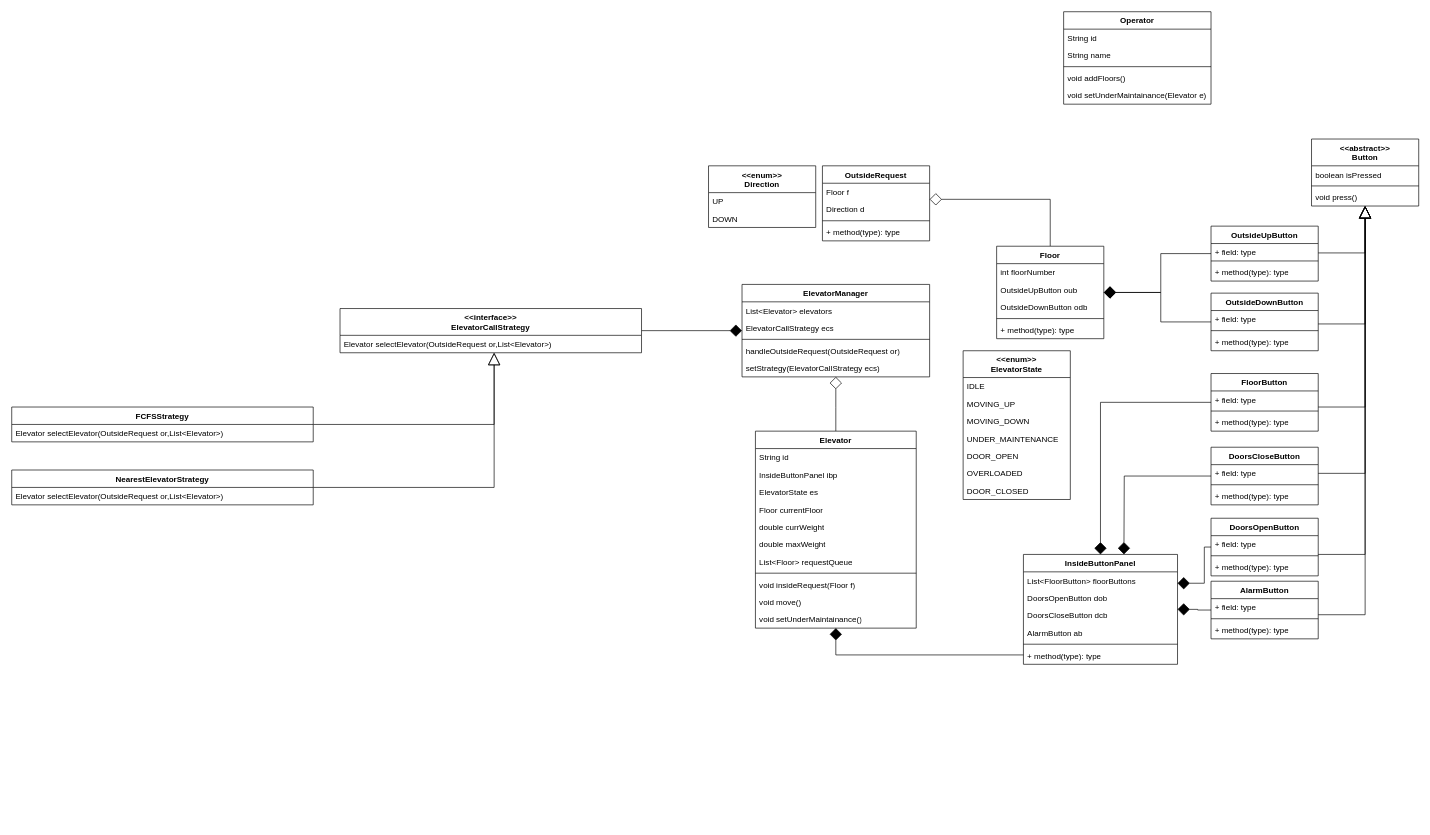
The draw.io diagram Elevator.drawio in akshat-code21/elevator_lld, before the edit. Source tidied: cells renumbered, new cells numbered last; positions are measured from the earlier drawing's top-left corner, leaving out a move shared by most shapes. Both pictures are drawn from the tidied source at 67%, with x=0, y=0 at pixel (11, 11).
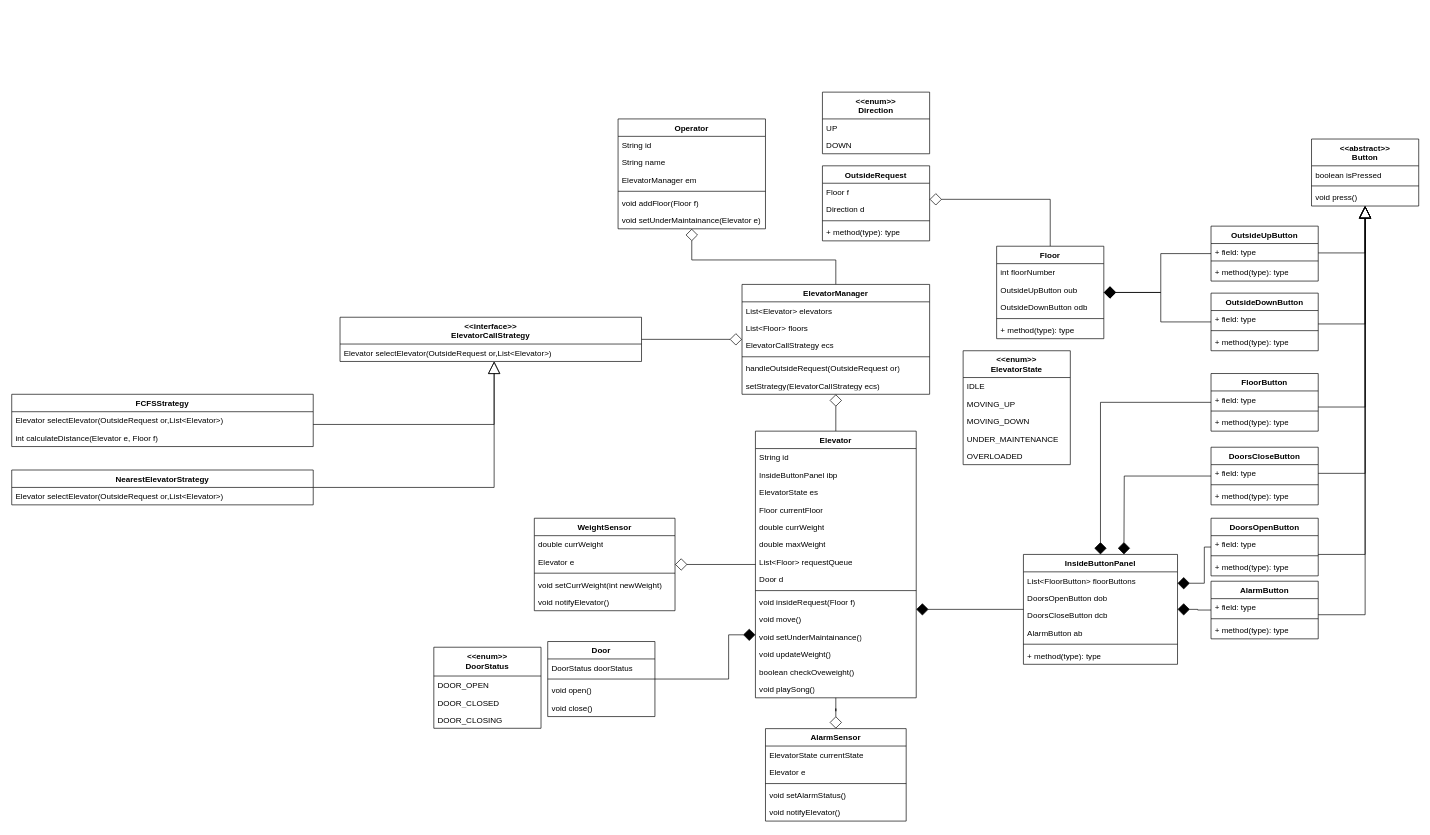
The same diagram, later.

What changed in the source:
```diff
@@
-    <mxCell id="2" style="edgeStyle=orthogonalEdgeStyle;rounded=0;jettySize=auto;html=1;strokeColor=default;align=center;verticalAlign=middle;fontFamily=Helvetica;fontSize=11;fontColor=default;labelBackgroundColor=default;startSize=16;endArrow=diamond;endFill=0;endSize=16;" parent="1" edge="1" source="3">
-      <mxGeometry relative="1" as="geometry">
-        <mxPoint x="1230" y="545" as="targetPoint" />
-      </mxGeometry>
+    <mxCell id="2" style="edgeStyle=orthogonalEdgeStyle;rounded=0;jettySize=auto;html=1;strokeColor=default;align=center;verticalAlign=middle;fontFamily=Helvetica;fontSize=11;fontColor=default;labelBackgroundColor=default;startSize=16;endArrow=diamond;endFill=0;endSize=16;" parent="1" edge="1" source="3" target="78">
+      <mxGeometry relative="1" as="geometry" />
     </mxCell>
+    <mxCell id="107" style="edgeStyle=orthogonalEdgeStyle;rounded=0;jettySize=auto;html=1;strokeColor=default;align=center;verticalAlign=middle;fontFamily=Helvetica;fontSize=11;fontColor=default;labelBackgroundColor=default;startSize=16;endArrow=diamond;endFill=0;endSize=16;" parent="1" edge="1" source="3" target="117">
+      <mxGeometry relative="1" as="geometry" />
+    </mxCell>
+    <mxCell id="108" style="edgeStyle=orthogonalEdgeStyle;rounded=0;jettySize=auto;html=1;strokeColor=default;align=center;verticalAlign=middle;fontFamily=Helvetica;fontSize=11;fontColor=default;labelBackgroundColor=default;startSize=16;endArrow=diamond;endFill=0;endSize=16;" parent="1" edge="1" source="3" target="123">
+      <mxGeometry relative="1" as="geometry" />
+    </mxCell>
     <mxCell id="3" value="Elevator" style="swimlane;fontStyle=1;align=center;verticalAlign=top;horizontal=1;startSize=26;whiteSpace=wrap;html=1;" parent="1" vertex="1">
-      <mxGeometry x="1110" y="626" width="240" height="294" as="geometry" />
+      <mxGeometry x="1110" y="626" width="240" height="398" as="geometry" />
     </mxCell>
@@
+    <mxCell id="109" value="Door d" style="text;strokeColor=none;fillColor=none;align=left;verticalAlign=top;spacingLeft=4;spacingRight=4;overflow=hidden;whiteSpace=wrap;html=1;" parent="3" vertex="1">
+      <mxGeometry y="208" width="240" height="26" as="geometry" />
+    </mxCell>
     <mxCell id="11" style="line;strokeWidth=1;fillColor=none;align=left;verticalAlign=middle;spacingTop=-1;spacingLeft=3;spacingRight=3;labelPosition=right;strokeColor=inherit;" parent="3" vertex="1">
-      <mxGeometry y="208" width="240" height="8" as="geometry" />
+      <mxGeometry y="234" width="240" height="8" as="geometry" />
     </mxCell>
     <mxCell id="12" value="void insideRequest(Floor f)" style="text;strokeColor=none;fillColor=none;align=left;verticalAlign=top;spacingLeft=4;spacingRight=4;overflow=hidden;whiteSpace=wrap;html=1;" parent="3" vertex="1">
-      <mxGeometry y="216" width="240" height="26" as="geometry" />
+      <mxGeometry y="242" width="240" height="26" as="geometry" />
     </mxCell>
     <mxCell id="13" value="void move()" style="text;strokeColor=none;fillColor=none;align=left;verticalAlign=top;spacingLeft=4;spacingRight=4;overflow=hidden;whiteSpace=wrap;html=1;" parent="3" vertex="1">
-      <mxGeometry y="242" width="240" height="26" as="geometry" />
+      <mxGeometry y="268" width="240" height="26" as="geometry" />
     </mxCell>
     <mxCell id="14" value="void setUnderMaintainance()" style="text;strokeColor=none;fillColor=none;align=left;verticalAlign=top;spacingLeft=4;spacingRight=4;overflow=hidden;whiteSpace=wrap;html=1;" parent="3" vertex="1">
-      <mxGeometry y="268" width="240" height="26" as="geometry" />
+      <mxGeometry y="294" width="240" height="26" as="geometry" />
     </mxCell>
+    <mxCell id="110" value="void updateWeight()" style="text;strokeColor=none;fillColor=none;align=left;verticalAlign=top;spacingLeft=4;spacingRight=4;overflow=hidden;whiteSpace=wrap;html=1;" parent="3" vertex="1">
+      <mxGeometry y="320" width="240" height="26" as="geometry" />
+    </mxCell>
+    <mxCell id="111" value="boolean checkOveweight()" style="text;strokeColor=none;fillColor=none;align=left;verticalAlign=top;spacingLeft=4;spacingRight=4;overflow=hidden;whiteSpace=wrap;html=1;" parent="3" vertex="1">
+      <mxGeometry y="346" width="240" height="26" as="geometry" />
+    </mxCell>
+    <mxCell id="112" value="void playSong()" style="text;strokeColor=none;fillColor=none;align=left;verticalAlign=top;spacingLeft=4;spacingRight=4;overflow=hidden;whiteSpace=wrap;html=1;" parent="3" vertex="1">
+      <mxGeometry y="372" width="240" height="26" as="geometry" />
+    </mxCell>
@@
     <mxCell id="64" value="&amp;lt;&amp;lt;enum&amp;gt;&amp;gt;&lt;br&gt;ElevatorState" style="swimlane;fontStyle=1;align=center;verticalAlign=top;horizontal=1;startSize=40;whiteSpace=wrap;html=1;" parent="1" vertex="1">
-      <mxGeometry x="1420" y="506" width="160" height="222" as="geometry" />
+      <mxGeometry x="1420" y="506" width="160" height="170" as="geometry" />
     </mxCell>
@@
-    <mxCell id="69" value="DOOR_OPEN" style="text;strokeColor=none;fillColor=none;align=left;verticalAlign=top;spacingLeft=4;spacingRight=4;overflow=hidden;whiteSpace=wrap;html=1;" parent="64" vertex="1">
-      <mxGeometry y="144" width="160" height="26" as="geometry" />
-    </mxCell>
     <mxCell id="70" value="OVERLOADED" style="text;strokeColor=none;fillColor=none;align=left;verticalAlign=top;spacingLeft=4;spacingRight=4;overflow=hidden;whiteSpace=wrap;html=1;" parent="64" vertex="1">
-      <mxGeometry y="170" width="160" height="26" as="geometry" />
+      <mxGeometry y="144" width="160" height="26" as="geometry" />
     </mxCell>
-    <mxCell id="71" value="DOOR_CLOSED" style="text;strokeColor=none;fillColor=none;align=left;verticalAlign=top;spacingLeft=4;spacingRight=4;overflow=hidden;whiteSpace=wrap;html=1;" parent="64" vertex="1">
-      <mxGeometry y="196" width="160" height="26" as="geometry" />
-    </mxCell>
@@
+    <mxCell id="113" style="edgeStyle=orthogonalEdgeStyle;rounded=0;jettySize=auto;html=1;endArrow=diamond;endFill=0;strokeColor=default;align=center;verticalAlign=middle;fontFamily=Helvetica;fontSize=11;fontColor=default;labelBackgroundColor=default;startSize=16;endSize=16;" parent="1" edge="1" source="78" target="101">
+      <mxGeometry relative="1" as="geometry" />
+    </mxCell>
     <mxCell id="78" value="ElevatorManager" style="swimlane;fontStyle=1;align=center;verticalAlign=top;horizontal=1;startSize=26;whiteSpace=wrap;html=1;" parent="1" vertex="1">
-      <mxGeometry x="1090" y="407" width="280" height="138" as="geometry" />
+      <mxGeometry x="1090" y="407" width="280" height="164" as="geometry" />
     </mxCell>
@@
+    <mxCell id="114" value="List&amp;lt;Floor&amp;gt; floors" style="text;strokeColor=none;fillColor=none;align=left;verticalAlign=top;spacingLeft=4;spacingRight=4;overflow=hidden;whiteSpace=wrap;html=1;" parent="78" vertex="1">
+      <mxGeometry y="52" width="280" height="26" as="geometry" />
+    </mxCell>
     <mxCell id="80" value="ElevatorCallStrategy ecs" style="text;strokeColor=none;fillColor=none;align=left;verticalAlign=top;spacingLeft=4;spacingRight=4;overflow=hidden;whiteSpace=wrap;html=1;" parent="78" vertex="1">
-      <mxGeometry y="52" width="280" height="26" as="geometry" />
+      <mxGeometry y="78" width="280" height="26" as="geometry" />
     </mxCell>
     <mxCell id="81" style="line;strokeWidth=1;fillColor=none;align=left;verticalAlign=middle;spacingTop=-1;spacingLeft=3;spacingRight=3;labelPosition=right;strokeColor=inherit;" parent="78" vertex="1">
-      <mxGeometry y="78" width="280" height="8" as="geometry" />
+      <mxGeometry y="104" width="280" height="8" as="geometry" />
     </mxCell>
     <mxCell id="82" value="handleOutsideRequest(OutsideRequest or)" style="text;strokeColor=none;fillColor=none;align=left;verticalAlign=top;spacingLeft=4;spacingRight=4;overflow=hidden;whiteSpace=wrap;html=1;" parent="78" vertex="1">
-      <mxGeometry y="86" width="280" height="26" as="geometry" />
+      <mxGeometry y="112" width="280" height="26" as="geometry" />
     </mxCell>
     <mxCell id="83" value="setStrategy(ElevatorCallStrategy ecs)" style="text;strokeColor=none;fillColor=none;align=left;verticalAlign=top;spacingLeft=4;spacingRight=4;overflow=hidden;whiteSpace=wrap;html=1;" parent="78" vertex="1">
-      <mxGeometry y="112" width="280" height="26" as="geometry" />
+      <mxGeometry y="138" width="280" height="26" as="geometry" />
     </mxCell>
@@
     <mxCell id="89" value="&amp;lt;&amp;lt;enum&amp;gt;&amp;gt;&lt;div&gt;Direction&lt;/div&gt;" style="swimlane;fontStyle=1;align=center;verticalAlign=top;horizontal=1;startSize=40;whiteSpace=wrap;html=1;" parent="1" vertex="1">
-      <mxGeometry x="1040" y="230" width="160" height="92" as="geometry" />
+      <mxGeometry x="1210" y="120" width="160" height="92" as="geometry" />
     </mxCell>
@@
-    <mxCell id="92" style="edgeStyle=orthogonalEdgeStyle;rounded=0;jettySize=auto;html=1;strokeColor=default;align=center;verticalAlign=middle;fontFamily=Helvetica;fontSize=11;fontColor=default;labelBackgroundColor=default;startSize=16;endArrow=diamond;endFill=1;endSize=16;" parent="1" edge="1" source="93" target="78">
+    <mxCell id="92" style="edgeStyle=orthogonalEdgeStyle;rounded=0;jettySize=auto;html=1;strokeColor=default;align=center;verticalAlign=middle;fontFamily=Helvetica;fontSize=11;fontColor=default;labelBackgroundColor=default;startSize=16;endArrow=diamond;endFill=0;endSize=16;" parent="1" edge="1" source="93" target="78">
       <mxGeometry relative="1" as="geometry" />
     </mxCell>
     <mxCell id="93" value="&lt;div&gt;&amp;lt;&amp;lt;interface&amp;gt;&amp;gt;&lt;/div&gt;ElevatorCallStrategy" style="swimlane;fontStyle=1;align=center;verticalAlign=top;horizontal=1;startSize=40;whiteSpace=wrap;html=1;" parent="1" vertex="1">
-      <mxGeometry x="490" y="443" width="450" height="66" as="geometry" />
+      <mxGeometry x="490" y="456" width="450" height="66" as="geometry" />
     </mxCell>
@@
     <mxCell id="96" value="FCFSStrategy" style="swimlane;fontStyle=1;align=center;verticalAlign=top;horizontal=1;startSize=26;whiteSpace=wrap;html=1;" parent="1" vertex="1">
-      <mxGeometry y="590" width="450" height="52" as="geometry" />
+      <mxGeometry y="571" width="450" height="78" as="geometry" />
     </mxCell>
@@
+    <mxCell id="115" value="int calculateDistance(Elevator e, Floor f)" style="text;strokeColor=none;fillColor=none;align=left;verticalAlign=top;spacingLeft=4;spacingRight=4;overflow=hidden;whiteSpace=wrap;html=1;" parent="96" vertex="1">
+      <mxGeometry y="52" width="450" height="26" as="geometry" />
+    </mxCell>
@@
     <mxCell id="101" value="Operator" style="swimlane;fontStyle=1;align=center;verticalAlign=top;horizontal=1;startSize=26;whiteSpace=wrap;html=1;" parent="1" vertex="1">
-      <mxGeometry x="1570" width="220" height="138" as="geometry" />
+      <mxGeometry x="905" y="160" width="220" height="164" as="geometry" />
     </mxCell>
@@
+    <mxCell id="116" value="ElevatorManager em" style="text;strokeColor=none;fillColor=none;align=left;verticalAlign=top;spacingLeft=4;spacingRight=4;overflow=hidden;whiteSpace=wrap;html=1;" parent="101" vertex="1">
+      <mxGeometry y="78" width="220" height="26" as="geometry" />
+    </mxCell>
     <mxCell id="104" style="line;strokeWidth=1;fillColor=none;align=left;verticalAlign=middle;spacingTop=-1;spacingLeft=3;spacingRight=3;labelPosition=right;strokeColor=inherit;" parent="101" vertex="1">
-      <mxGeometry y="78" width="220" height="8" as="geometry" />
+      <mxGeometry y="104" width="220" height="8" as="geometry" />
     </mxCell>
-    <mxCell id="105" value="void addFloors()" style="text;strokeColor=none;fillColor=none;align=left;verticalAlign=top;spacingLeft=4;spacingRight=4;overflow=hidden;whiteSpace=wrap;html=1;" parent="101" vertex="1">
-      <mxGeometry y="86" width="220" height="26" as="geometry" />
+    <mxCell id="105" value="void addFloor(Floor f)" style="text;strokeColor=none;fillColor=none;align=left;verticalAlign=top;spacingLeft=4;spacingRight=4;overflow=hidden;whiteSpace=wrap;html=1;" parent="101" vertex="1">
+      <mxGeometry y="112" width="220" height="26" as="geometry" />
     </mxCell>
     <mxCell id="106" value="void setUnderMaintainance(Elevator e)" style="text;strokeColor=none;fillColor=none;align=left;verticalAlign=top;spacingLeft=4;spacingRight=4;overflow=hidden;whiteSpace=wrap;html=1;" parent="101" vertex="1">
-      <mxGeometry y="112" width="220" height="26" as="geometry" />
+      <mxGeometry y="138" width="220" height="26" as="geometry" />
     </mxCell>
+    <mxCell id="117" value="WeightSensor" style="swimlane;fontStyle=1;align=center;verticalAlign=top;horizontal=1;startSize=26;whiteSpace=wrap;html=1;" parent="1" vertex="1">
+      <mxGeometry x="780" y="756" width="210" height="138" as="geometry" />
+    </mxCell>
+    <mxCell id="118" value="double currWeight" style="text;strokeColor=none;fillColor=none;align=left;verticalAlign=top;spacingLeft=4;spacingRight=4;overflow=hidden;whiteSpace=wrap;html=1;" parent="117" vertex="1">
+      <mxGeometry y="26" width="210" height="26" as="geometry" />
+    </mxCell>
+    <mxCell id="119" value="Elevator e" style="text;strokeColor=none;fillColor=none;align=left;verticalAlign=top;spacingLeft=4;spacingRight=4;overflow=hidden;whiteSpace=wrap;html=1;" parent="117" vertex="1">
+      <mxGeometry y="52" width="210" height="26" as="geometry" />
+    </mxCell>
+    <mxCell id="120" style="line;strokeWidth=1;fillColor=none;align=left;verticalAlign=middle;spacingTop=-1;spacingLeft=3;spacingRight=3;labelPosition=right;strokeColor=inherit;" parent="117" vertex="1">
+      <mxGeometry y="78" width="210" height="8" as="geometry" />
+    </mxCell>
+    <mxCell id="121" value="void setCurrWeight(int newWeight)" style="text;strokeColor=none;fillColor=none;align=left;verticalAlign=top;spacingLeft=4;spacingRight=4;overflow=hidden;whiteSpace=wrap;html=1;" parent="117" vertex="1">
+      <mxGeometry y="86" width="210" height="26" as="geometry" />
+    </mxCell>
+    <mxCell id="122" value="void notifyElevator()" style="text;strokeColor=none;fillColor=none;align=left;verticalAlign=top;spacingLeft=4;spacingRight=4;overflow=hidden;whiteSpace=wrap;html=1;" parent="117" vertex="1">
+      <mxGeometry y="112" width="210" height="26" as="geometry" />
+    </mxCell>
+    <mxCell id="123" value="AlarmSensor" style="swimlane;fontStyle=1;align=center;verticalAlign=top;horizontal=1;startSize=26;whiteSpace=wrap;html=1;" parent="1" vertex="1">
+      <mxGeometry x="1125" y="1070" width="210" height="138" as="geometry" />
+    </mxCell>
+    <mxCell id="124" value="ElevatorState currentState" style="text;strokeColor=none;fillColor=none;align=left;verticalAlign=top;spacingLeft=4;spacingRight=4;overflow=hidden;whiteSpace=wrap;html=1;" parent="123" vertex="1">
+      <mxGeometry y="26" width="210" height="26" as="geometry" />
+    </mxCell>
+    <mxCell id="125" value="Elevator e" style="text;strokeColor=none;fillColor=none;align=left;verticalAlign=top;spacingLeft=4;spacingRight=4;overflow=hidden;whiteSpace=wrap;html=1;" parent="123" vertex="1">
+      <mxGeometry y="52" width="210" height="26" as="geometry" />
+    </mxCell>
+    <mxCell id="126" style="line;strokeWidth=1;fillColor=none;align=left;verticalAlign=middle;spacingTop=-1;spacingLeft=3;spacingRight=3;labelPosition=right;strokeColor=inherit;" parent="123" vertex="1">
+      <mxGeometry y="78" width="210" height="8" as="geometry" />
+    </mxCell>
+    <mxCell id="127" value="void setAlarmStatus()" style="text;strokeColor=none;fillColor=none;align=left;verticalAlign=top;spacingLeft=4;spacingRight=4;overflow=hidden;whiteSpace=wrap;html=1;" parent="123" vertex="1">
+      <mxGeometry y="86" width="210" height="26" as="geometry" />
+    </mxCell>
+    <mxCell id="128" value="void notifyElevator()" style="text;strokeColor=none;fillColor=none;align=left;verticalAlign=top;spacingLeft=4;spacingRight=4;overflow=hidden;whiteSpace=wrap;html=1;" parent="123" vertex="1">
+      <mxGeometry y="112" width="210" height="26" as="geometry" />
+    </mxCell>
+    <mxCell id="129" style="edgeStyle=orthogonalEdgeStyle;rounded=0;jettySize=auto;html=1;strokeColor=default;align=center;verticalAlign=middle;fontFamily=Helvetica;fontSize=11;fontColor=default;labelBackgroundColor=default;startSize=16;endArrow=diamond;endFill=1;endSize=16;" parent="1" edge="1" source="130" target="3">
+      <mxGeometry relative="1" as="geometry">
+        <Array as="points">
+          <mxPoint x="1070" y="996" />
+          <mxPoint x="1070" y="930" />
+        </Array>
+      </mxGeometry>
+    </mxCell>
+    <mxCell id="130" value="Door" style="swimlane;fontStyle=1;align=center;verticalAlign=top;horizontal=1;startSize=26;whiteSpace=wrap;html=1;" parent="1" vertex="1">
+      <mxGeometry x="800" y="940" width="160" height="112" as="geometry" />
+    </mxCell>
+    <mxCell id="131" value="DoorStatus doorStatus" style="text;strokeColor=none;fillColor=none;align=left;verticalAlign=top;spacingLeft=4;spacingRight=4;overflow=hidden;whiteSpace=wrap;html=1;" parent="130" vertex="1">
+      <mxGeometry y="26" width="160" height="26" as="geometry" />
+    </mxCell>
+    <mxCell id="132" style="line;strokeWidth=1;fillColor=none;align=left;verticalAlign=middle;spacingTop=-1;spacingLeft=3;spacingRight=3;labelPosition=right;strokeColor=inherit;" parent="130" vertex="1">
+      <mxGeometry y="52" width="160" height="8" as="geometry" />
+    </mxCell>
+    <mxCell id="133" value="void open()" style="text;strokeColor=none;fillColor=none;align=left;verticalAlign=top;spacingLeft=4;spacingRight=4;overflow=hidden;whiteSpace=wrap;html=1;" parent="130" vertex="1">
+      <mxGeometry y="60" width="160" height="26" as="geometry" />
+    </mxCell>
+    <mxCell id="134" value="void close()" style="text;strokeColor=none;fillColor=none;align=left;verticalAlign=top;spacingLeft=4;spacingRight=4;overflow=hidden;whiteSpace=wrap;html=1;" parent="130" vertex="1">
+      <mxGeometry y="86" width="160" height="26" as="geometry" />
+    </mxCell>
+    <mxCell id="135" value="&amp;lt;&amp;lt;enum&amp;gt;&amp;gt;&lt;br&gt;DoorStatus" style="swimlane;fontStyle=1;align=center;verticalAlign=top;horizontal=1;startSize=43;whiteSpace=wrap;html=1;" parent="1" vertex="1">
+      <mxGeometry x="630" y="948.5" width="160" height="121" as="geometry" />
+    </mxCell>
+    <mxCell id="69" value="DOOR_OPEN" style="text;strokeColor=none;fillColor=none;align=left;verticalAlign=top;spacingLeft=4;spacingRight=4;overflow=hidden;whiteSpace=wrap;html=1;" parent="135" vertex="1">
+      <mxGeometry y="43" width="160" height="26" as="geometry" />
+    </mxCell>
+    <mxCell id="71" value="DOOR_CLOSED" style="text;strokeColor=none;fillColor=none;align=left;verticalAlign=top;spacingLeft=4;spacingRight=4;overflow=hidden;whiteSpace=wrap;html=1;" parent="135" vertex="1">
+      <mxGeometry y="69" width="160" height="26" as="geometry" />
+    </mxCell>
+    <mxCell id="136" value="DOOR_CLOSING" style="text;strokeColor=none;fillColor=none;align=left;verticalAlign=top;spacingLeft=4;spacingRight=4;overflow=hidden;whiteSpace=wrap;html=1;" parent="135" vertex="1">
+      <mxGeometry y="95" width="160" height="26" as="geometry" />
+    </mxCell>
```
